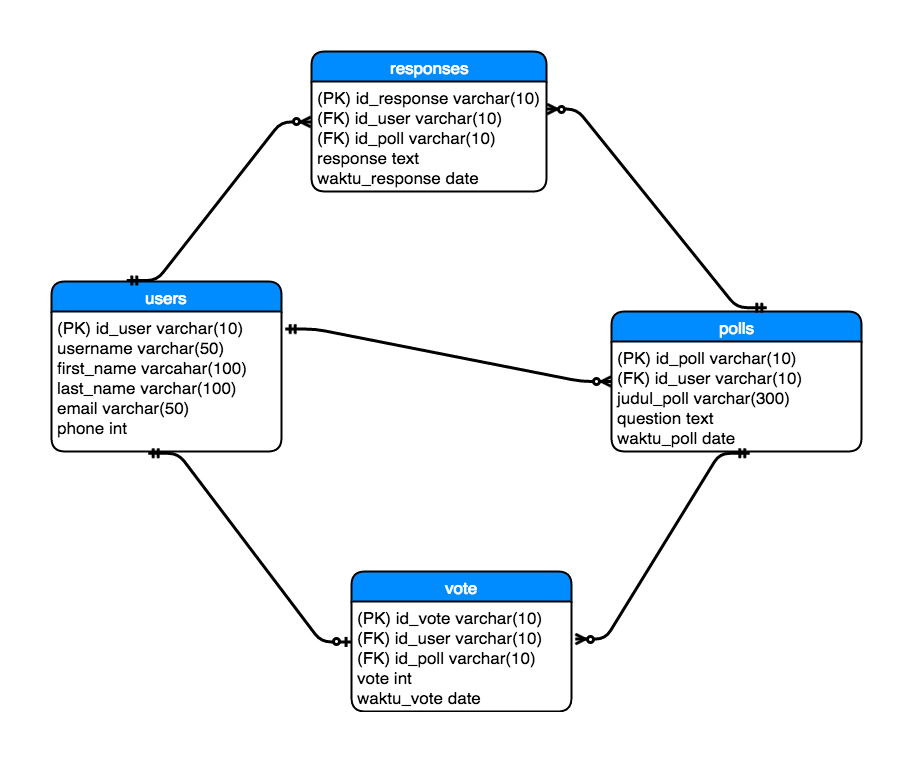
Earlier version of the draw.io export polling_schema.png (fire-fox-2017/schema-polling). Source tidied: cells renumbered, new cells last; positions are measured from the earlier drawing's top-left corner, leaving out a move shared by most shapes. The source it was exported from:
```xml
<mxGraphModel background="#ffffff">
  <root>
    <mxCell id="0" />
    <mxCell id="1" parent="0" />
    <mxCell id="2" value="users" style="swimlane;html=1;horizontal=1;startSize=30;fillColor=#008cff;fontColor=#FFFFFF;rounded=1;fontSize=17;fontStyle=0;strokeWidth=2;shadow=0;dashed=0;align=center;" parent="1" vertex="1">
      <mxGeometry y="230" width="230" height="170" as="geometry" />
    </mxCell>
    <mxCell id="3" value="(PK) id_user varchar(10)&lt;div&gt;username varchar(50)&lt;/div&gt;&lt;div&gt;first_name varcahar(100)&lt;/div&gt;&lt;div&gt;last_name varchar(100)&lt;/div&gt;&lt;div&gt;email varchar(50)&lt;/div&gt;&lt;div&gt;phone int&lt;br&gt;&lt;/div&gt;" style="whiteSpace=wrap;html=1;align=left;strokeColor=none;fillColor=none;spacingLeft=4;fontSize=17;verticalAlign=top;" parent="2" vertex="1">
      <mxGeometry y="30" width="230" height="140" as="geometry" />
    </mxCell>
    <mxCell id="4" value="polls" style="swimlane;html=1;horizontal=1;startSize=30;fillColor=#008cff;fontColor=#FFFFFF;rounded=1;fontSize=17;fontStyle=0;strokeWidth=2;shadow=0;dashed=0;align=center;" parent="1" vertex="1">
      <mxGeometry x="560" y="260" width="250" height="140" as="geometry" />
    </mxCell>
    <mxCell id="5" value="(PK) id_poll varchar(10)&lt;div&gt;(FK) id_user varchar(10)&lt;/div&gt;&lt;div&gt;judul_poll varchar(300)&lt;br&gt;question text&lt;br&gt;&lt;/div&gt;&lt;div&gt;waktu_poll date&lt;/div&gt;" style="whiteSpace=wrap;html=1;align=left;strokeColor=none;fillColor=none;spacingLeft=4;fontSize=17;verticalAlign=top;" parent="4" vertex="1">
      <mxGeometry y="30" width="250" height="110" as="geometry" />
    </mxCell>
    <mxCell id="6" value="responses" style="swimlane;html=1;horizontal=1;startSize=30;fillColor=#008cff;fontColor=#FFFFFF;rounded=1;fontSize=17;fontStyle=0;strokeWidth=2;shadow=0;dashed=0;align=center;" parent="1" vertex="1">
      <mxGeometry x="260" width="235" height="140" as="geometry" />
    </mxCell>
    <mxCell id="7" value="(PK) id_response varchar(10)&lt;br&gt;(FK) id_user varchar(10)&lt;div&gt;(FK) id_poll varchar(10)&lt;br&gt;response text&lt;/div&gt;&lt;div&gt;waktu_response date&lt;/div&gt;" style="whiteSpace=wrap;html=1;align=left;strokeColor=none;fillColor=none;spacingLeft=4;fontSize=17;verticalAlign=top;" parent="6" vertex="1">
      <mxGeometry y="30" width="235" height="110" as="geometry" />
    </mxCell>
    <mxCell id="8" style="edgeStyle=entityRelationEdgeStyle;html=1;endArrow=ERzeroToMany;startArrow=ERmandOne;strokeWidth=3;exitX=1.017;exitY=0.127;exitPerimeter=0;startFill=0;" parent="1" edge="1" source="3">
      <mxGeometry relative="1" as="geometry">
        <mxPoint x="560" y="330" as="targetPoint" />
      </mxGeometry>
    </mxCell>
    <mxCell id="9" value="vote" style="swimlane;html=1;horizontal=1;startSize=30;fillColor=#008cff;fontColor=#FFFFFF;rounded=1;fontSize=17;fontStyle=0;strokeWidth=2;shadow=0;dashed=0;align=center;" parent="1" vertex="1">
      <mxGeometry x="300" y="520" width="220" height="140" as="geometry" />
    </mxCell>
    <mxCell id="10" value="(PK) id_vote varchar(10)&lt;br&gt;(FK) id_user varchar(10)&lt;br&gt;&lt;div&gt;(FK) id_poll varchar(10)&lt;/div&gt;&lt;div&gt;vote int&lt;/div&gt;&lt;div&gt;waktu_vote date&lt;/div&gt;" style="whiteSpace=wrap;html=1;align=left;strokeColor=none;fillColor=none;spacingLeft=4;fontSize=17;verticalAlign=top;" parent="9" vertex="1">
      <mxGeometry y="30" width="220" height="110" as="geometry" />
    </mxCell>
    <mxCell id="11" style="edgeStyle=entityRelationEdgeStyle;html=1;endArrow=ERzeroToOne;startArrow=ERmandOne;strokeWidth=3;exitX=0.419;exitY=1.018;exitPerimeter=0;entryX=0;entryY=0.5;startFill=0;endFill=1;" parent="1" edge="1" source="3" target="9">
      <mxGeometry relative="1" as="geometry" />
    </mxCell>
    <mxCell id="12" style="edgeStyle=entityRelationEdgeStyle;html=1;endArrow=ERmandOne;startArrow=ERzeroToMany;strokeWidth=3;endFill=0;startFill=1;entryX=0.554;entryY=1.014;entryPerimeter=0;exitX=1.015;exitY=0.348;exitPerimeter=0;" parent="1" edge="1" source="10" target="5">
      <mxGeometry relative="1" as="geometry" />
    </mxCell>
    <mxCell id="13" style="edgeStyle=entityRelationEdgeStyle;html=1;endArrow=ERzeroToMany;startArrow=ERmandOne;strokeWidth=3;exitX=0.327;exitY=-0.01;exitPerimeter=0;entryX=0;entryY=0.5;" parent="1" edge="1" source="2" target="6">
      <mxGeometry relative="1" as="geometry" />
    </mxCell>
    <mxCell id="14" style="edgeStyle=entityRelationEdgeStyle;html=1;endArrow=ERmandOne;startArrow=ERzeroToMany;strokeWidth=3;endFill=0;startFill=1;entryX=0.621;entryY=-0.028;entryPerimeter=0;exitX=1;exitY=0.25;" parent="1" edge="1" source="7" target="4">
      <mxGeometry relative="1" as="geometry" />
    </mxCell>
  </root>
</mxGraphModel>
```
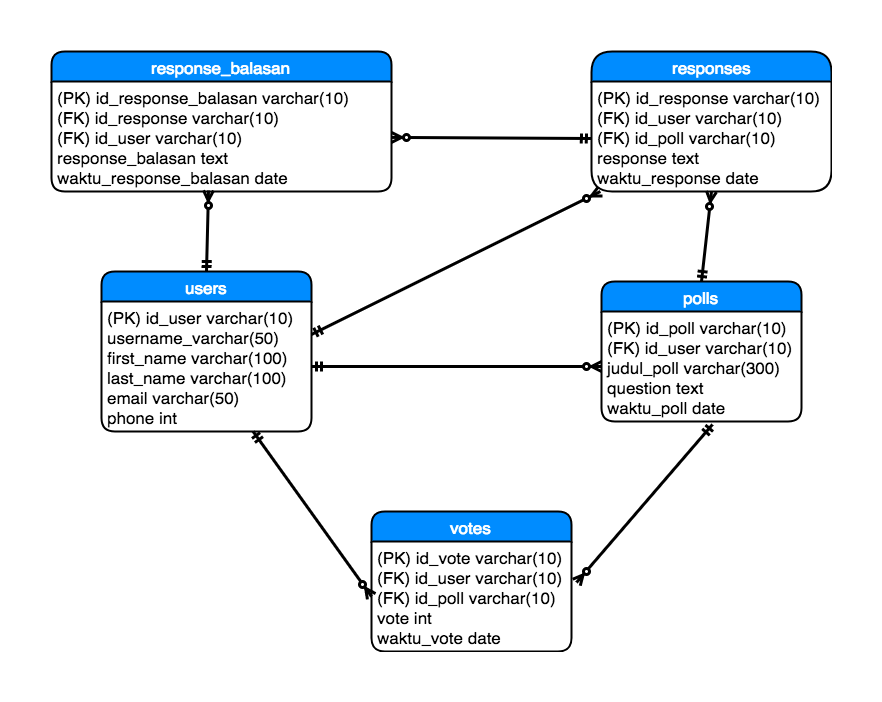
The same diagram one commit later.

Change to the diagram source:
```diff
@@ -3,45 +3,57 @@
     <mxCell id="0" />
     <mxCell id="1" parent="0" />
     <mxCell id="2" value="users" style="swimlane;html=1;horizontal=1;startSize=30;fillColor=#008cff;fontColor=#FFFFFF;rounded=1;fontSize=17;fontStyle=0;strokeWidth=2;shadow=0;dashed=0;align=center;" parent="1" vertex="1">
-      <mxGeometry y="230" width="230" height="170" as="geometry" />
+      <mxGeometry x="-20" y="60" width="210" height="160" as="geometry" />
     </mxCell>
-    <mxCell id="3" value="(PK) id_user varchar(10)&lt;div&gt;username varchar(50)&lt;/div&gt;&lt;div&gt;first_name varcahar(100)&lt;/div&gt;&lt;div&gt;last_name varchar(100)&lt;/div&gt;&lt;div&gt;email varchar(50)&lt;/div&gt;&lt;div&gt;phone int&lt;br&gt;&lt;/div&gt;" style="whiteSpace=wrap;html=1;align=left;strokeColor=none;fillColor=none;spacingLeft=4;fontSize=17;verticalAlign=top;" parent="2" vertex="1">
-      <mxGeometry y="30" width="230" height="140" as="geometry" />
-    </mxCell>
+    <mxCell id="15" value="(PK) id_user varchar(10)&lt;div&gt;username_varchar(50)&lt;/div&gt;&lt;div&gt;first_name varchar(100)&lt;/div&gt;&lt;div&gt;last_name varchar(100)&lt;/div&gt;&lt;div&gt;email varchar(50)&lt;/div&gt;&lt;div&gt;phone int&lt;/div&gt;" style="whiteSpace=wrap;html=1;align=left;strokeColor=none;fillColor=none;spacingLeft=4;fontSize=17;verticalAlign=top;" parent="2" vertex="1">
+      <mxGeometry y="30" width="210" height="130" as="geometry" />
+    </mxCell>
+    <mxCell id="6" value="responses" style="swimlane;html=1;horizontal=1;startSize=30;fillColor=#008cff;fontColor=#FFFFFF;rounded=1;fontSize=17;fontStyle=0;strokeWidth=2;shadow=0;dashed=0;align=center;arcSize=23;" parent="1" vertex="1">
+      <mxGeometry x="470" y="-160" width="240" height="140" as="geometry" />
+    </mxCell>
+    <mxCell id="7" value="(PK) id_response varchar(10)&lt;div&gt;(FK) id_user varchar(10)&lt;br&gt;(FK) id_poll varchar(10)&lt;/div&gt;&lt;div&gt;response text&lt;/div&gt;&lt;div&gt;waktu_response date&lt;/div&gt;" style="whiteSpace=wrap;html=1;align=left;strokeColor=none;fillColor=none;spacingLeft=4;fontSize=17;verticalAlign=top;" parent="6" vertex="1">
+      <mxGeometry y="30" width="240" height="110" as="geometry" />
+    </mxCell>
     <mxCell id="4" value="polls" style="swimlane;html=1;horizontal=1;startSize=30;fillColor=#008cff;fontColor=#FFFFFF;rounded=1;fontSize=17;fontStyle=0;strokeWidth=2;shadow=0;dashed=0;align=center;" parent="1" vertex="1">
-      <mxGeometry x="560" y="260" width="250" height="140" as="geometry" />
+      <mxGeometry x="480" y="70" width="200" height="140" as="geometry" />
     </mxCell>
-    <mxCell id="5" value="(PK) id_poll varchar(10)&lt;div&gt;(FK) id_user varchar(10)&lt;/div&gt;&lt;div&gt;judul_poll varchar(300)&lt;br&gt;question text&lt;br&gt;&lt;/div&gt;&lt;div&gt;waktu_poll date&lt;/div&gt;" style="whiteSpace=wrap;html=1;align=left;strokeColor=none;fillColor=none;spacingLeft=4;fontSize=17;verticalAlign=top;" parent="4" vertex="1">
-      <mxGeometry y="30" width="250" height="110" as="geometry" />
+    <mxCell id="5" value="(PK) id_poll varchar(10)&lt;br&gt;(FK) id_user varchar(10)&lt;div&gt;judul_poll varchar(300)&lt;/div&gt;&lt;div&gt;question text&lt;/div&gt;&lt;div&gt;waktu_poll date&lt;br&gt;&lt;/div&gt;" style="whiteSpace=wrap;html=1;align=left;strokeColor=none;fillColor=none;spacingLeft=4;fontSize=17;verticalAlign=top;" parent="4" vertex="1">
+      <mxGeometry y="30" width="200" height="110" as="geometry" />
     </mxCell>
-    <mxCell id="6" value="responses" style="swimlane;html=1;horizontal=1;startSize=30;fillColor=#008cff;fontColor=#FFFFFF;rounded=1;fontSize=17;fontStyle=0;strokeWidth=2;shadow=0;dashed=0;align=center;" parent="1" vertex="1">
-      <mxGeometry x="260" width="235" height="140" as="geometry" />
-    </mxCell>
-    <mxCell id="7" value="(PK) id_response varchar(10)&lt;br&gt;(FK) id_user varchar(10)&lt;div&gt;(FK) id_poll varchar(10)&lt;br&gt;response text&lt;/div&gt;&lt;div&gt;waktu_response date&lt;/div&gt;" style="whiteSpace=wrap;html=1;align=left;strokeColor=none;fillColor=none;spacingLeft=4;fontSize=17;verticalAlign=top;" parent="6" vertex="1">
-      <mxGeometry y="30" width="235" height="110" as="geometry" />
-    </mxCell>
-    <mxCell id="8" style="edgeStyle=entityRelationEdgeStyle;html=1;endArrow=ERzeroToMany;startArrow=ERmandOne;strokeWidth=3;exitX=1.017;exitY=0.127;exitPerimeter=0;startFill=0;" parent="1" edge="1" source="3">
-      <mxGeometry relative="1" as="geometry">
-        <mxPoint x="560" y="330" as="targetPoint" />
-      </mxGeometry>
-    </mxCell>
-    <mxCell id="9" value="vote" style="swimlane;html=1;horizontal=1;startSize=30;fillColor=#008cff;fontColor=#FFFFFF;rounded=1;fontSize=17;fontStyle=0;strokeWidth=2;shadow=0;dashed=0;align=center;" parent="1" vertex="1">
-      <mxGeometry x="300" y="520" width="220" height="140" as="geometry" />
-    </mxCell>
+    <mxCell id="16" value="votes" style="swimlane;html=1;horizontal=1;startSize=30;fillColor=#008cff;fontColor=#FFFFFF;rounded=1;fontSize=17;fontStyle=0;strokeWidth=2;shadow=0;dashed=0;align=center;" parent="1" vertex="1">
+      <mxGeometry x="250" y="300" width="200" height="140" as="geometry" />
+    </mxCell>
-    <mxCell id="10" value="(PK) id_vote varchar(10)&lt;br&gt;(FK) id_user varchar(10)&lt;br&gt;&lt;div&gt;(FK) id_poll varchar(10)&lt;/div&gt;&lt;div&gt;vote int&lt;/div&gt;&lt;div&gt;waktu_vote date&lt;/div&gt;" style="whiteSpace=wrap;html=1;align=left;strokeColor=none;fillColor=none;spacingLeft=4;fontSize=17;verticalAlign=top;" parent="9" vertex="1">
-      <mxGeometry y="30" width="220" height="110" as="geometry" />
+    <mxCell id="10" value="(PK) id_vote varchar(10)&lt;div&gt;(FK) id_user varchar(10)&lt;/div&gt;&lt;div&gt;(FK) id_poll varchar(10)&lt;/div&gt;&lt;div&gt;vote int&lt;/div&gt;&lt;div&gt;waktu_vote date&lt;br&gt;&lt;/div&gt;" style="whiteSpace=wrap;html=1;align=left;strokeColor=none;fillColor=none;spacingLeft=4;fontSize=17;verticalAlign=top;" parent="16" vertex="1">
+      <mxGeometry y="30" width="200" height="110" as="geometry" />
     </mxCell>
-    <mxCell id="11" style="edgeStyle=entityRelationEdgeStyle;html=1;endArrow=ERzeroToOne;startArrow=ERmandOne;strokeWidth=3;exitX=0.419;exitY=1.018;exitPerimeter=0;entryX=0;entryY=0.5;startFill=0;endFill=1;" parent="1" edge="1" source="3" target="9">
-      <mxGeometry relative="1" as="geometry" />
-    </mxCell>
+    <mxCell id="17" value="response_balasan" style="swimlane;html=1;horizontal=1;startSize=30;fillColor=#008cff;fontColor=#FFFFFF;rounded=1;fontSize=17;fontStyle=0;strokeWidth=2;shadow=0;dashed=0;align=center;" parent="1" vertex="1">
+      <mxGeometry x="-70" y="-160" width="340" height="140" as="geometry" />
+    </mxCell>
+    <mxCell id="18" value="(PK) id_response_balasan varchar(10)&lt;div&gt;(FK) id_response varchar(10)&lt;/div&gt;&lt;div&gt;(FK) id_user varchar(10)&lt;/div&gt;&lt;div&gt;response_balasan text&lt;/div&gt;&lt;div&gt;waktu_response_balasan date&lt;/div&gt;" style="whiteSpace=wrap;html=1;align=left;strokeColor=none;fillColor=none;spacingLeft=4;fontSize=17;verticalAlign=top;" parent="17" vertex="1">
+      <mxGeometry y="30" width="340" height="110" as="geometry" />
+    </mxCell>
+    <mxCell id="19" style="html=1;endArrow=ERzeroToMany;startArrow=ERmandOne;strokeWidth=3;exitX=1;exitY=0.5;entryX=0;entryY=0.5;" parent="1" edge="1" source="15" target="5">
+      <mxGeometry relative="1" as="geometry" />
+    </mxCell>
+    <mxCell id="20" style="html=1;endArrow=ERzeroToMany;startArrow=ERmandOne;strokeWidth=3;exitX=1;exitY=0.25;" parent="1" edge="1" source="15" target="7">
+      <mxGeometry relative="1" as="geometry" />
+    </mxCell>
+    <mxCell id="21" style="html=1;endArrow=ERzeroToMany;startArrow=ERmandOne;strokeWidth=3;exitX=0.5;exitY=0;entryX=0.5;entryY=1;" parent="1" edge="1" source="4" target="7">
+      <mxGeometry relative="1" as="geometry" />
+    </mxCell>
+    <mxCell id="22" style="html=1;endArrow=ERzeroToMany;startArrow=ERmandOne;strokeWidth=3;exitX=0.5;exitY=0;entryX=0.462;entryY=0.991;entryPerimeter=0;" parent="1" edge="1" source="2" target="18">
+      <mxGeometry relative="1" as="geometry" />
+    </mxCell>
+    <mxCell id="23" style="html=1;endArrow=ERmandOne;startArrow=ERzeroToMany;strokeWidth=3;endFill=0;startFill=1;" parent="1" edge="1" source="18">
+      <mxGeometry relative="1" as="geometry">
+        <mxPoint x="469.9" y="-73" as="targetPoint" />
+      </mxGeometry>
+    </mxCell>
-    <mxCell id="12" style="edgeStyle=entityRelationEdgeStyle;html=1;endArrow=ERmandOne;startArrow=ERzeroToMany;strokeWidth=3;endFill=0;startFill=1;entryX=0.554;entryY=1.014;entryPerimeter=0;exitX=1.015;exitY=0.348;exitPerimeter=0;" parent="1" edge="1" source="10" target="5">
+    <mxCell id="12" style="html=1;endArrow=ERmandOne;startArrow=ERzeroToMany;strokeWidth=3;endFill=0;startFill=1;entryX=0.555;entryY=1.027;entryPerimeter=0;exitX=1.025;exitY=0.373;exitPerimeter=0;" parent="1" edge="1" source="10" target="5">
       <mxGeometry relative="1" as="geometry" />
     </mxCell>
-    <mxCell id="13" style="edgeStyle=entityRelationEdgeStyle;html=1;endArrow=ERzeroToMany;startArrow=ERmandOne;strokeWidth=3;exitX=0.327;exitY=-0.01;exitPerimeter=0;entryX=0;entryY=0.5;" parent="1" edge="1" source="2" target="6">
-      <mxGeometry relative="1" as="geometry" />
-    </mxCell>
-    <mxCell id="14" style="edgeStyle=entityRelationEdgeStyle;html=1;endArrow=ERmandOne;startArrow=ERzeroToMany;strokeWidth=3;endFill=0;startFill=1;entryX=0.621;entryY=-0.028;entryPerimeter=0;exitX=1;exitY=0.25;" parent="1" edge="1" source="7" target="4">
-      <mxGeometry relative="1" as="geometry" />
-    </mxCell>
+    <mxCell id="24" style="html=1;endArrow=ERzeroToMany;startArrow=ERmandOne;strokeWidth=3;entryX=0;entryY=0.5;endFill=1;" parent="1" edge="1" source="15" target="10">
+      <mxGeometry relative="1" as="geometry" />
+    </mxCell>
   </root>
 </mxGraphModel>
```
